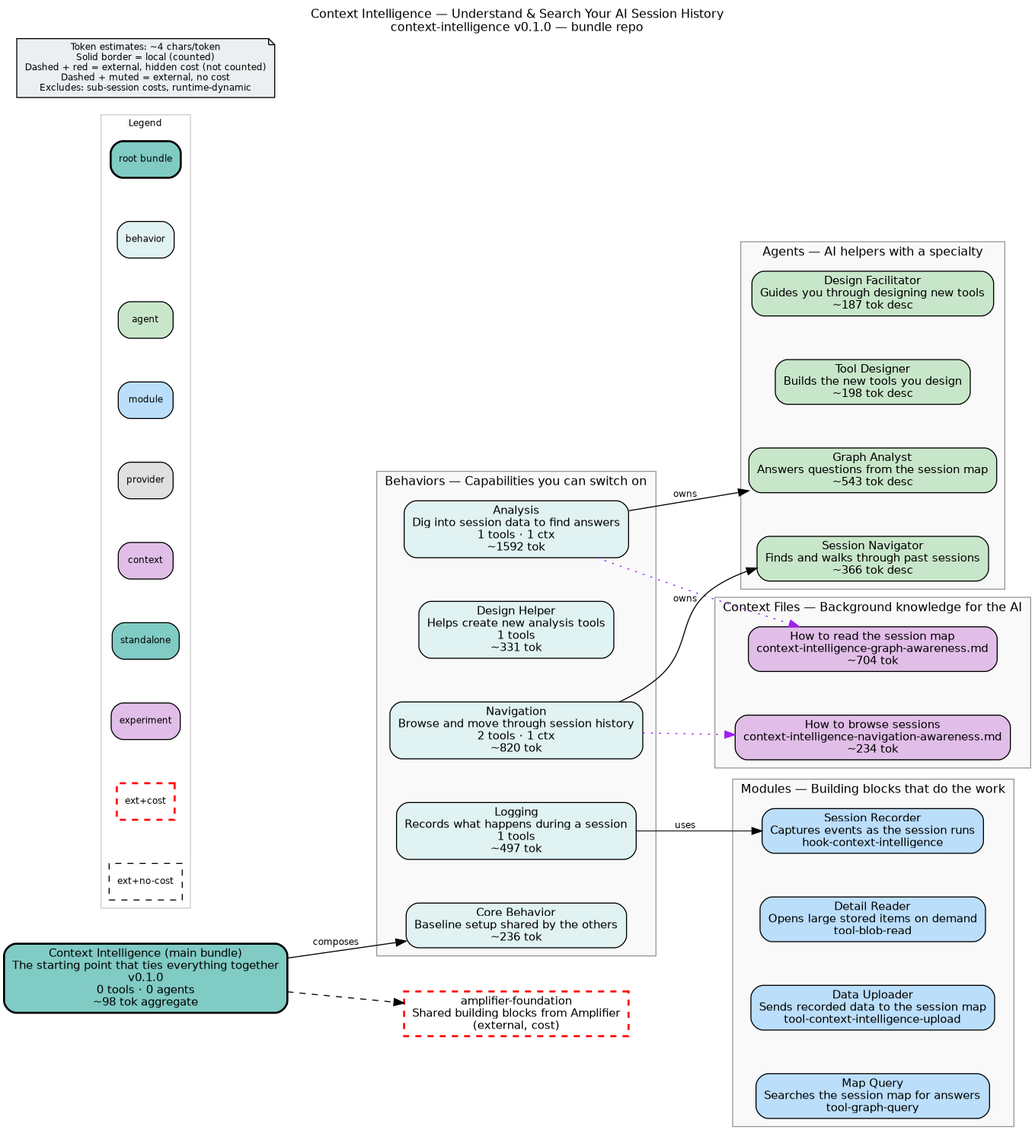
This is bundle.png from microsoft/amplifier-bundle-context-intelligence, a Graphviz export, as it was before one commit. Its source is kept beside it as bundle.dot.
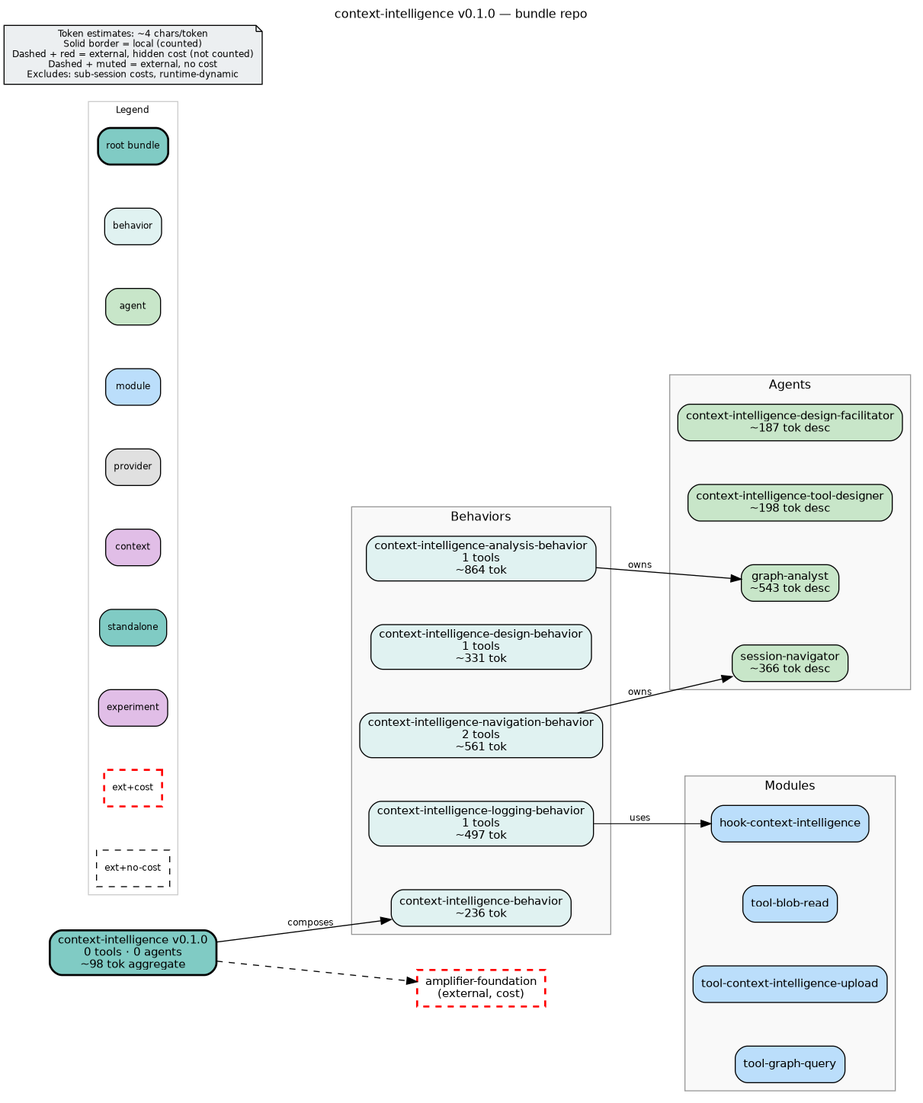
The same diagram one commit later.

The edit, as a diff of the source:
```diff
@@ -1,66 +1,55 @@
-
 digraph context_intelligence {
     rankdir=LR
     fontname="Helvetica"
     fontsize=12
-    label="Context Intelligence — Understand & Search Your AI Session History\ncontext-intelligence v0.1.0 — bundle repo"
+    label="context-intelligence v0.1.0 — bundle repo"
     labelloc=t
     labeljust=c
     nodesep=0.6
     ranksep=0.7
     bgcolor="white"
-    source_hash="3690b90101290112a256a5946f281f5a43ffdce50b3129757aa75969e5a8e095"
+    source_hash="b8319fbcaf08bc56718b69d03a5cf0015567db9891a1b58f4be73f6412e8ebf8"
 
     node [fontname="Helvetica", fontsize=11, style="filled,rounded"]
     edge [fontname="Helvetica", fontsize=9]
 
-    root_context_intelligence [label="Context Intelligence (main bundle)\nThe starting point that ties everything together\nv0.1.0\n0 tools · 0 agents\n~98 tok aggregate", shape=box, fillcolor="#80cbc4", style="filled,rounded,bold", penwidth=2]
+    root_context_intelligence [label="context-intelligence v0.1.0\n0 tools · 0 agents\n~98 tok aggregate", shape=box, fillcolor="#80cbc4", style="filled,rounded,bold", penwidth=2]
 
     subgraph cluster_behaviors {
-        label="Behaviors — Capabilities you can switch on"
+        label="Behaviors"
         style="filled"
         fillcolor="#f9f9f9"
         color="#999999"
 
-        beh_context_intelligence_analysis_behavior [label="Analysis\nDig into session data to find answers\n1 tools · 1 ctx\n~1592 tok", shape=box, fillcolor="#e0f2f1", style="filled,rounded"]
-        beh_context_intelligence_design_behavior [label="Design Helper\nHelps create new analysis tools\n1 tools\n~331 tok", shape=box, fillcolor="#e0f2f1", style="filled,rounded"]
-        beh_context_intelligence_logging_behavior [label="Logging\nRecords what happens during a session\n1 tools\n~497 tok", shape=box, fillcolor="#e0f2f1", style="filled,rounded"]
-        beh_context_intelligence_navigation_behavior [label="Navigation\nBrowse and move through session history\n2 tools · 1 ctx\n~820 tok", shape=box, fillcolor="#e0f2f1", style="filled,rounded"]
-        beh_context_intelligence_behavior [label="Core Behavior\nBaseline setup shared by the others\n~236 tok", shape=box, fillcolor="#e0f2f1", style="filled,rounded"]
+        beh_context_intelligence_analysis_behavior [label="context-intelligence-analysis-behavior\n1 tools\n~864 tok", shape=box, fillcolor="#e0f2f1", style="filled,rounded"]
+        beh_context_intelligence_design_behavior [label="context-intelligence-design-behavior\n1 tools\n~331 tok", shape=box, fillcolor="#e0f2f1", style="filled,rounded"]
+        beh_context_intelligence_logging_behavior [label="context-intelligence-logging-behavior\n1 tools\n~497 tok", shape=box, fillcolor="#e0f2f1", style="filled,rounded"]
+        beh_context_intelligence_navigation_behavior [label="context-intelligence-navigation-behavior\n2 tools\n~561 tok", shape=box, fillcolor="#e0f2f1", style="filled,rounded"]
+        beh_context_intelligence_behavior [label="context-intelligence-behavior\n~236 tok", shape=box, fillcolor="#e0f2f1", style="filled,rounded"]
     }
 
     subgraph cluster_agents {
-        label="Agents — AI helpers with a specialty"
+        label="Agents"
         style="filled"
         fillcolor="#f9f9f9"
         color="#999999"
 
-        agt_context_intelligence_design_facilitator [label="Design Facilitator\nGuides you through designing new tools\n~187 tok desc", shape=box, fillcolor="#c8e6c9", style="filled,rounded"]
-        agt_context_intelligence_tool_designer [label="Tool Designer\nBuilds the new tools you design\n~198 tok desc", shape=box, fillcolor="#c8e6c9", style="filled,rounded"]
-        agt_graph_analyst [label="Graph Analyst\nAnswers questions from the session map\n~543 tok desc", shape=box, fillcolor="#c8e6c9", style="filled,rounded"]
-        agt_session_navigator [label="Session Navigator\nFinds and walks through past sessions\n~366 tok desc", shape=box, fillcolor="#c8e6c9", style="filled,rounded"]
+        agt_context_intelligence_design_facilitator [label="context-intelligence-design-facilitator\n~187 tok desc", shape=box, fillcolor="#c8e6c9", style="filled,rounded"]
+        agt_context_intelligence_tool_designer [label="context-intelligence-tool-designer\n~198 tok desc", shape=box, fillcolor="#c8e6c9", style="filled,rounded"]
+        agt_graph_analyst [label="graph-analyst\n~543 tok desc", shape=box, fillcolor="#c8e6c9", style="filled,rounded"]
+        agt_session_navigator [label="session-navigator\n~366 tok desc", shape=box, fillcolor="#c8e6c9", style="filled,rounded"]
     }
 
     subgraph cluster_modules {
-        label="Modules — Building blocks that do the work"
+        label="Modules"
         style="filled"
         fillcolor="#f9f9f9"
         color="#999999"
 
-        mod_hook_context_intelligence [label="Session Recorder\nCaptures events as the session runs\nhook-context-intelligence", shape=box, fillcolor="#bbdefb", style="filled,rounded"]
-        mod_tool_blob_read [label="Detail Reader\nOpens large stored items on demand\ntool-blob-read", shape=box, fillcolor="#bbdefb", style="filled,rounded"]
-        mod_tool_context_intelligence_upload [label="Data Uploader\nSends recorded data to the session map\ntool-context-intelligence-upload", shape=box, fillcolor="#bbdefb", style="filled,rounded"]
-        mod_tool_graph_query [label="Map Query\nSearches the session map for answers\ntool-graph-query", shape=box, fillcolor="#bbdefb", style="filled,rounded"]
-    }
-
-    subgraph cluster_context {
-        label="Context Files — Background knowledge for the AI"
-        style="filled"
-        fillcolor="#f9f9f9"
-        color="#999999"
-
-        ctx_context_intelligence_graph_awareness_md [label="How to read the session map\ncontext-intelligence-graph-awareness.md\n~704 tok", shape=box, fillcolor="#e1bee7", style="filled,rounded"]
-        ctx_context_intelligence_navigation_awareness_md [label="How to browse sessions\ncontext-intelligence-navigation-awareness.md\n~234 tok", shape=box, fillcolor="#e1bee7", style="filled,rounded"]
+        mod_hook_context_intelligence [label="hook-context-intelligence", shape=box, fillcolor="#bbdefb", style="filled,rounded"]
+        mod_tool_blob_read [label="tool-blob-read", shape=box, fillcolor="#bbdefb", style="filled,rounded"]
+        mod_tool_context_intelligence_upload [label="tool-context-intelligence-upload", shape=box, fillcolor="#bbdefb", style="filled,rounded"]
+        mod_tool_graph_query [label="tool-graph-query", shape=box, fillcolor="#bbdefb", style="filled,rounded"]
     }
 
     subgraph cluster_legend {
@@ -84,13 +73,11 @@
 
     disclaimer [label="Token estimates: ~4 chars/token\nSolid border = local (counted)\nDashed + red = external, hidden cost (not counted)\nDashed + muted = external, no cost\nExcludes: sub-session costs, runtime-dynamic", shape=note, fillcolor="#eceff1", style="filled", fontsize=9]
 
-    ext_githttps___github_com_microsoft_amplifier_foundation_main [label="amplifier-foundation\nShared building blocks from Amplifier\n(external, cost)", shape=box, fillcolor="#80cbc4", style="dashed", color="red", penwidth=2]
+    ext_githttps___github_com_microsoft_amplifier_foundation_main [label="amplifier-foundation\n(external, cost)", shape=box, fillcolor="#80cbc4", style="dashed", color="red", penwidth=2]
 
     root_context_intelligence -> ext_githttps___github_com_microsoft_amplifier_foundation_main [style=dashed]
     root_context_intelligence -> beh_context_intelligence_behavior [label="composes"]
     beh_context_intelligence_analysis_behavior -> agt_graph_analyst [label="owns"]
-    beh_context_intelligence_analysis_behavior -> ctx_context_intelligence_graph_awareness_md [style=dotted, color=purple]
     beh_context_intelligence_logging_behavior -> mod_hook_context_intelligence [label="uses", penwidth=0.8]
     beh_context_intelligence_navigation_behavior -> agt_session_navigator [label="owns"]
-    beh_context_intelligence_navigation_behavior -> ctx_context_intelligence_navigation_awareness_md [style=dotted, color=purple]
 }
```
